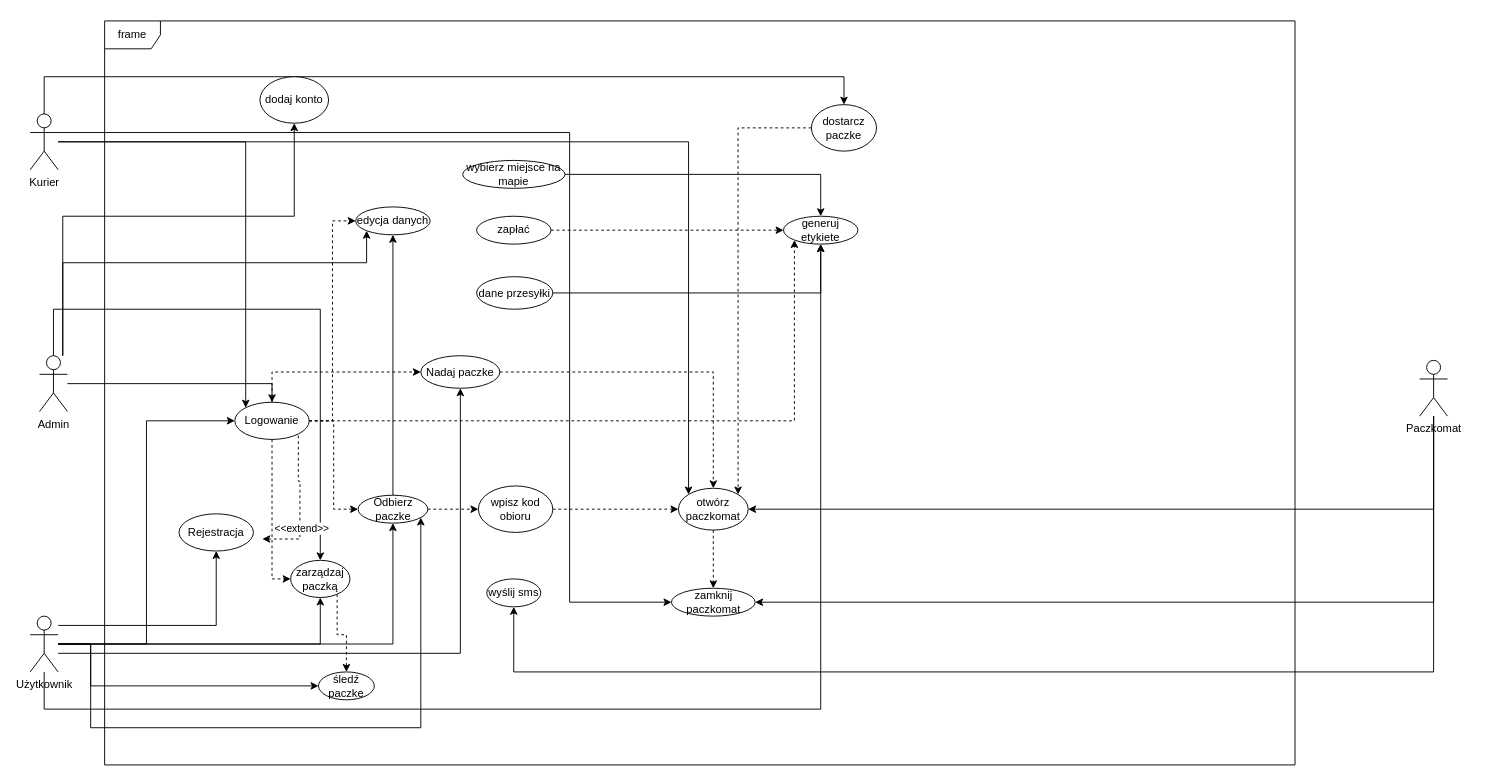
xT3sl4/ViRoTePi keeps this draw.io diagram as docs/przypadki_uzycia.drawio. Above is the earlier version. Source tidied: cells renumbered, new cells numbered last; positions are measured from the earlier drawing's top-left corner, leaving out a move shared by most shapes. Both pictures are drawn from the tidied source at 93%, with x=0, y=0 at pixel (30, 20).
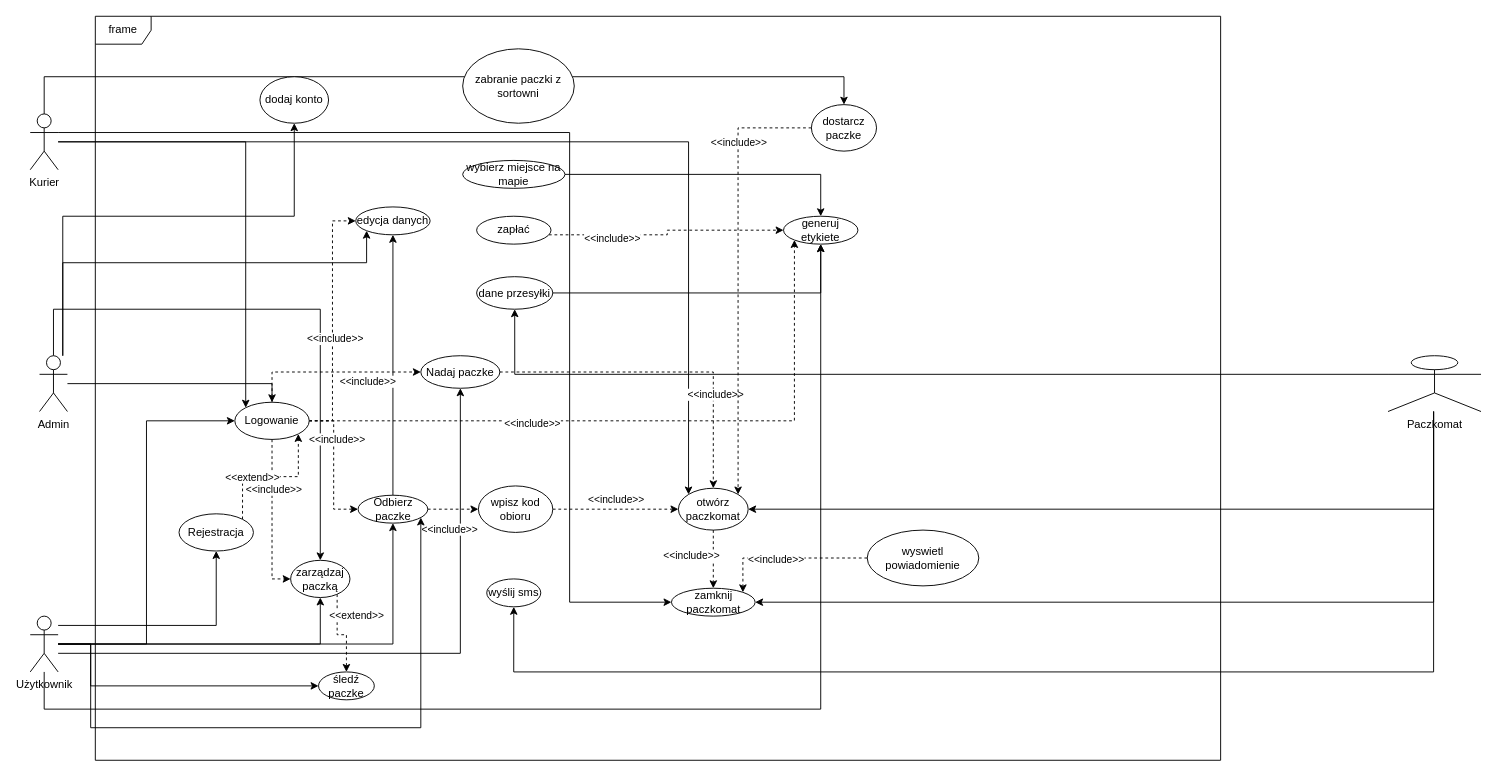
The same diagram, later.

Commit message (it also covers changes not shown here):
poprawione przypadki_uzycia

Unchanged cells that the change refers to:
```xml
<mxCell id="26" style="edgeStyle=orthogonalEdgeStyle;rounded=0;jettySize=auto;html=1;entryX=0;entryY=0.5;entryDx=0;entryDy=0;dashed=1;" parent="1" edge="1" source="31" target="34">
  <mxGeometry relative="1" as="geometry">
    <Array as="points">
      <mxPoint x="260" y="378" />
    </Array>
  </mxGeometry>
</mxCell>
<mxCell id="27" style="edgeStyle=orthogonalEdgeStyle;rounded=0;jettySize=auto;html=1;entryX=0;entryY=0.5;entryDx=0;entryDy=0;dashed=1;" parent="1" edge="1" source="31" target="55">
  <mxGeometry relative="1" as="geometry" />
</mxCell>
<mxCell id="28" style="edgeStyle=orthogonalEdgeStyle;rounded=0;jettySize=auto;html=1;entryX=0;entryY=0.5;entryDx=0;entryDy=0;dashed=1;" parent="1" edge="1" source="31" target="36">
  <mxGeometry relative="1" as="geometry" />
</mxCell>
<mxCell id="29" style="edgeStyle=orthogonalEdgeStyle;rounded=0;jettySize=auto;html=1;entryX=0;entryY=0.5;entryDx=0;entryDy=0;dashed=1;" parent="1" edge="1" source="31" target="42">
  <mxGeometry relative="1" as="geometry" />
</mxCell>
<mxCell id="30" style="edgeStyle=orthogonalEdgeStyle;rounded=0;jettySize=auto;html=1;entryX=0;entryY=1;entryDx=0;entryDy=0;dashed=1;" parent="1" edge="1" source="31" target="45">
  <mxGeometry relative="1" as="geometry" />
</mxCell>
<mxCell id="31" value="Logowanie" style="ellipse;whiteSpace=wrap;html=1;" parent="1" vertex="1">
  <mxGeometry x="220" y="410" width="80" height="40" as="geometry" />
</mxCell>
<mxCell id="32" value="Rejestracja" style="ellipse;whiteSpace=wrap;html=1;" parent="1" vertex="1">
  <mxGeometry x="160" y="530" width="80" height="40" as="geometry" />
</mxCell>
<mxCell id="33" style="edgeStyle=orthogonalEdgeStyle;rounded=0;jettySize=auto;html=1;entryX=0.5;entryY=0;entryDx=0;entryDy=0;dashed=1;" parent="1" edge="1" source="34" target="40">
  <mxGeometry relative="1" as="geometry" />
</mxCell>
<mxCell id="35" style="edgeStyle=orthogonalEdgeStyle;rounded=0;jettySize=auto;html=1;dashed=1;" parent="1" edge="1" source="55" target="51">
  <mxGeometry relative="1" as="geometry" />
</mxCell>
<mxCell id="38" value="zapłać" style="ellipse;whiteSpace=wrap;html=1;" parent="1" vertex="1">
  <mxGeometry x="480" y="210" width="80" height="30" as="geometry" />
</mxCell>
<mxCell id="39" style="edgeStyle=orthogonalEdgeStyle;rounded=0;jettySize=auto;html=1;dashed=1;" parent="1" edge="1" source="40" target="43">
  <mxGeometry relative="1" as="geometry" />
</mxCell>
<mxCell id="41" style="edgeStyle=orthogonalEdgeStyle;rounded=0;jettySize=auto;html=1;dashed=1;" parent="1" edge="1" source="42" target="44">
  <mxGeometry relative="1" as="geometry">
    <Array as="points">
      <mxPoint x="330" y="660" />
      <mxPoint x="340" y="660" />
    </Array>
  </mxGeometry>
</mxCell>
<mxCell id="43" value="zamknij paczkomat" style="ellipse;whiteSpace=wrap;html=1;" parent="1" vertex="1">
  <mxGeometry x="689.5" y="610" width="90" height="30" as="geometry" />
</mxCell>
<mxCell id="45" value="generuj etykiete" style="ellipse;whiteSpace=wrap;html=1;" parent="1" vertex="1">
  <mxGeometry x="810" y="210" width="80" height="30" as="geometry" />
</mxCell>
<mxCell id="49" value="dane przesyłki" style="ellipse;whiteSpace=wrap;html=1;" parent="1" vertex="1">
  <mxGeometry x="480" y="275" width="81.9" height="35" as="geometry" />
</mxCell>
<mxCell id="50" style="edgeStyle=orthogonalEdgeStyle;rounded=0;jettySize=auto;html=1;entryX=0;entryY=0.5;entryDx=0;entryDy=0;dashed=1;" parent="1" edge="1" source="51" target="40">
  <mxGeometry relative="1" as="geometry" />
</mxCell>
<mxCell id="57" style="edgeStyle=orthogonalEdgeStyle;rounded=0;jettySize=auto;html=1;entryX=1;entryY=0;entryDx=0;entryDy=0;dashed=1;" parent="1" edge="1" source="58" target="40">
  <mxGeometry relative="1" as="geometry" />
</mxCell>
```

Change to the diagram source:
```diff
@@
+    <mxCell id="60" style="edgeStyle=orthogonalEdgeStyle;rounded=0;jettySize=auto;html=1;exitX=0;exitY=0.3333333333333333;exitDx=0;exitDy=0;exitPerimeter=0;entryX=0.5;entryY=1;entryDx=0;entryDy=0;" parent="1" edge="1" source="23" target="49">
+      <mxGeometry relative="1" as="geometry" />
+    </mxCell>
     <mxCell id="23" value="Paczkomat&lt;div&gt;&lt;br&gt;&lt;/div&gt;" style="shape=umlActor;verticalLabelPosition=bottom;verticalAlign=top;html=1;outlineConnect=0;" parent="1" vertex="1">
-      <mxGeometry x="1494" y="365" width="30" height="60" as="geometry" />
+      <mxGeometry x="1460" y="360" width="100" height="60" as="geometry" />
     </mxCell>
-    <mxCell id="24" style="edgeStyle=orthogonalEdgeStyle;rounded=0;jettySize=auto;html=1;exitX=1;exitY=0;exitDx=0;exitDy=0;entryX=1.12;entryY=0.677;entryDx=0;entryDy=0;dashed=1;entryPerimeter=0;" parent="1" edge="1" source="31" target="32">
-      <mxGeometry relative="1" as="geometry">
-        <Array as="points">
-          <mxPoint x="288" y="495" />
-          <mxPoint x="290" y="495" />
-          <mxPoint x="290" y="557" />
-        </Array>
-      </mxGeometry>
-    </mxCell>
-    <mxCell id="25" value="&amp;lt;&amp;lt;extend&amp;gt;&amp;gt;" style="edgeLabel;html=1;align=center;verticalAlign=middle;" parent="24" vertex="1">
-      <mxGeometry x="0.42" y="1" relative="1" as="geometry">
-        <mxPoint y="1" as="offset" />
-      </mxGeometry>
-    </mxCell>
@@
+    <mxCell id="61" value="&amp;lt;&amp;lt;include&amp;gt;&amp;gt;" style="edgeLabel;html=1;align=center;verticalAlign=middle;" parent="26" vertex="1">
+      <mxGeometry x="0.4" y="-2" relative="1" as="geometry">
+        <mxPoint y="8" as="offset" />
+      </mxGeometry>
+    </mxCell>
@@
+    <mxCell id="62" value="&amp;lt;&amp;lt;include&amp;gt;&amp;gt;" style="edgeLabel;html=1;align=center;verticalAlign=middle;" parent="27" vertex="1">
+      <mxGeometry x="-0.37" y="3" relative="1" as="geometry" />
+    </mxCell>
@@
+    <mxCell id="63" value="&amp;lt;&amp;lt;include&amp;gt;&amp;gt;" style="edgeLabel;html=1;align=center;verticalAlign=middle;" parent="28" vertex="1">
+      <mxGeometry x="-0.14" y="-2" relative="1" as="geometry" />
+    </mxCell>
@@
+    <mxCell id="64" value="&amp;lt;&amp;lt;include&amp;gt;&amp;gt;" style="edgeLabel;html=1;align=center;verticalAlign=middle;" parent="29" vertex="1">
+      <mxGeometry x="-0.38" y="1" relative="1" as="geometry" />
+    </mxCell>
@@
+    <mxCell id="65" value="&amp;lt;&amp;lt;include&amp;gt;&amp;gt;" style="edgeLabel;html=1;align=center;verticalAlign=middle;" parent="30" vertex="1">
+      <mxGeometry x="-0.33" y="-2" relative="1" as="geometry">
+        <mxPoint x="-1" as="offset" />
+      </mxGeometry>
+    </mxCell>
@@
+    <mxCell id="66" style="edgeStyle=orthogonalEdgeStyle;rounded=0;jettySize=auto;html=1;exitX=1;exitY=0;exitDx=0;exitDy=0;entryX=1;entryY=1;entryDx=0;entryDy=0;dashed=1;" parent="1" edge="1" source="32" target="31">
+      <mxGeometry relative="1" as="geometry" />
+    </mxCell>
+    <mxCell id="67" value="&amp;lt;&amp;lt;extend&amp;gt;&amp;gt;" style="edgeLabel;html=1;align=center;verticalAlign=middle;" parent="66" vertex="1">
+      <mxGeometry x="-0.26" relative="1" as="geometry" />
+    </mxCell>
@@
+    <mxCell id="68" value="&amp;lt;&amp;lt;include&amp;gt;&amp;gt;" style="edgeLabel;html=1;align=center;verticalAlign=middle;" parent="33" vertex="1">
+      <mxGeometry x="0.43" y="2" relative="1" as="geometry" />
+    </mxCell>
@@
+    <mxCell id="69" value="&amp;lt;&amp;lt;include&amp;gt;&amp;gt;" style="edgeLabel;html=1;align=center;verticalAlign=middle;" parent="35" vertex="1">
+      <mxGeometry x="-0.14" relative="1" as="geometry">
+        <mxPoint y="21" as="offset" />
+      </mxGeometry>
+    </mxCell>
@@
     <mxCell id="37" style="edgeStyle=orthogonalEdgeStyle;rounded=0;jettySize=auto;html=1;dashed=1;" parent="1" edge="1" source="38" target="45">
-      <mxGeometry relative="1" as="geometry" />
+      <mxGeometry relative="1" as="geometry">
+        <Array as="points">
+          <mxPoint x="685" y="230" />
+          <mxPoint x="685" y="225" />
+        </Array>
+      </mxGeometry>
     </mxCell>
+    <mxCell id="70" value="&amp;lt;&amp;lt;include&amp;gt;&amp;gt;" style="edgeLabel;html=1;align=center;verticalAlign=middle;" parent="37" vertex="1">
+      <mxGeometry x="-0.47" y="-3" relative="1" as="geometry" />
+    </mxCell>
@@
+    <mxCell id="71" value="&amp;lt;&amp;lt;include&amp;gt;&amp;gt;" style="edgeLabel;html=1;align=center;verticalAlign=middle;" parent="39" vertex="1">
+      <mxGeometry x="-0.14" y="-1" relative="1" as="geometry">
+        <mxPoint x="-23" as="offset" />
+      </mxGeometry>
+    </mxCell>
@@
+    <mxCell id="72" value="&amp;lt;&amp;lt;extend&amp;gt;&amp;gt;" style="edgeLabel;html=1;align=center;verticalAlign=middle;" parent="41" vertex="1">
+      <mxGeometry x="-0.33" relative="1" as="geometry">
+        <mxPoint x="20" y="-8" as="offset" />
+      </mxGeometry>
+    </mxCell>
@@
+    <mxCell id="73" value="&amp;lt;&amp;lt;include&amp;gt;&amp;gt;" style="edgeLabel;html=1;align=center;verticalAlign=middle;" parent="50" vertex="1">
+      <mxGeometry x="0.01" relative="1" as="geometry">
+        <mxPoint y="-11" as="offset" />
+      </mxGeometry>
+    </mxCell>
@@
     <mxCell id="53" value="frame" style="shape=umlFrame;whiteSpace=wrap;html=1;" parent="1" vertex="1">
-      <mxGeometry x="80" width="1280" height="800" as="geometry" />
+      <mxGeometry x="70" y="-5" width="1210" height="800" as="geometry" />
     </mxCell>
@@
+    <mxCell id="74" value="&amp;lt;&amp;lt;include&amp;gt;&amp;gt;" style="edgeLabel;html=1;align=center;verticalAlign=middle;" parent="57" vertex="1">
+      <mxGeometry x="-0.83" y="1" relative="1" as="geometry">
+        <mxPoint x="-39" y="14" as="offset" />
+      </mxGeometry>
+    </mxCell>
@@
+    <mxCell id="75" value="zabranie paczki z sortowni" style="ellipse;whiteSpace=wrap;html=1;" parent="1" vertex="1">
+      <mxGeometry x="465" y="30" width="120" height="80" as="geometry" />
+    </mxCell>
+    <mxCell id="76" style="edgeStyle=orthogonalEdgeStyle;rounded=0;jettySize=auto;html=1;exitX=0;exitY=0.5;exitDx=0;exitDy=0;entryX=1;entryY=0;entryDx=0;entryDy=0;dashed=1;" parent="1" edge="1" source="78" target="43">
+      <mxGeometry relative="1" as="geometry" />
+    </mxCell>
+    <mxCell id="77" value="&amp;lt;&amp;lt;include&amp;gt;&amp;gt;" style="edgeLabel;html=1;align=center;verticalAlign=middle;" parent="76" vertex="1">
+      <mxGeometry x="0.16" y="1" relative="1" as="geometry" />
+    </mxCell>
+    <mxCell id="78" value="wyswietl powiadomienie" style="ellipse;whiteSpace=wrap;html=1;" parent="1" vertex="1">
+      <mxGeometry x="900" y="547.5" width="120" height="60" as="geometry" />
+    </mxCell>
```
